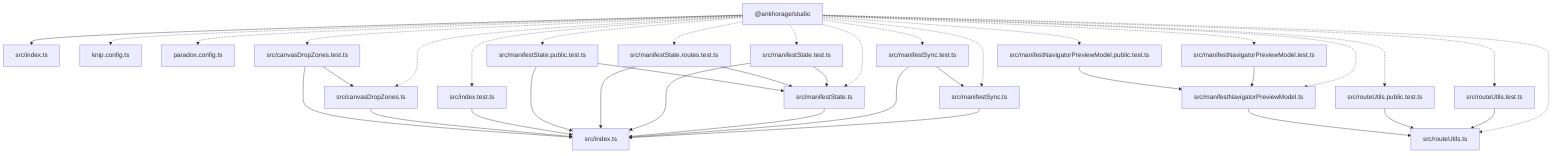
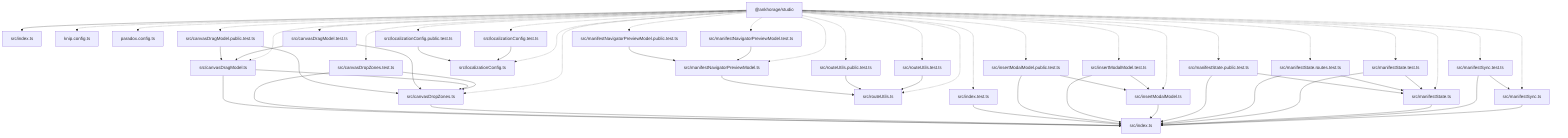
graph TD
  package__ankhorage_studio["@ankhorage/studio"]
  entrypoint_src_index_ts["src/index.ts"]
  package__ankhorage_studio --> entrypoint_src_index_ts
  module_knip_config_ts["knip.config.ts"]
  package__ankhorage_studio -.-> module_knip_config_ts
  module_paradox_config_ts["paradox.config.ts"]
  package__ankhorage_studio -.-> module_paradox_config_ts
+   module_src_canvasDragModel_public_test_ts["src/canvasDragModel.public.test.ts"]
+   package__ankhorage_studio -.-> module_src_canvasDragModel_public_test_ts
+   module_src_canvasDragModel_public_test_ts --> module_src_canvasDragModel_ts
+   module_src_canvasDragModel_public_test_ts --> module_src_canvasDropZones_ts
+   module_src_canvasDragModel_test_ts["src/canvasDragModel.test.ts"]
+   package__ankhorage_studio -.-> module_src_canvasDragModel_test_ts
+   module_src_canvasDragModel_test_ts --> module_src_canvasDragModel_ts
+   module_src_canvasDragModel_test_ts --> module_src_canvasDropZones_ts
+   module_src_canvasDragModel_ts["src/canvasDragModel.ts"]
+   package__ankhorage_studio -.-> module_src_canvasDragModel_ts
+   module_src_canvasDragModel_ts --> module_src_canvasDropZones_ts
+   module_src_canvasDragModel_ts --> module_src_index_ts
  module_src_canvasDropZones_test_ts["src/canvasDropZones.test.ts"]
  package__ankhorage_studio -.-> module_src_canvasDropZones_test_ts
  module_src_canvasDropZones_test_ts --> module_src_canvasDropZones_ts
  module_src_canvasDropZones_test_ts --> module_src_index_ts
  module_src_canvasDropZones_ts["src/canvasDropZones.ts"]
  package__ankhorage_studio -.-> module_src_canvasDropZones_ts
  module_src_canvasDropZones_ts --> module_src_index_ts
  module_src_index_test_ts["src/index.test.ts"]
  package__ankhorage_studio -.-> module_src_index_test_ts
  module_src_index_test_ts --> module_src_index_ts
  module_src_index_ts["src/index.ts"]
+   module_src_insertModalModel_public_test_ts["src/insertModalModel.public.test.ts"]
+   package__ankhorage_studio -.-> module_src_insertModalModel_public_test_ts
+   module_src_insertModalModel_public_test_ts --> module_src_index_ts
+   module_src_insertModalModel_public_test_ts --> module_src_insertModalModel_ts
+   module_src_insertModalModel_test_ts["src/insertModalModel.test.ts"]
+   package__ankhorage_studio -.-> module_src_insertModalModel_test_ts
+   module_src_insertModalModel_test_ts --> module_src_index_ts
+   module_src_insertModalModel_test_ts --> module_src_insertModalModel_ts
+   module_src_insertModalModel_ts["src/insertModalModel.ts"]
+   package__ankhorage_studio -.-> module_src_insertModalModel_ts
+   module_src_insertModalModel_ts --> module_src_index_ts
+   module_src_localizationConfig_public_test_ts["src/localizationConfig.public.test.ts"]
+   package__ankhorage_studio -.-> module_src_localizationConfig_public_test_ts
+   module_src_localizationConfig_public_test_ts --> module_src_localizationConfig_ts
+   module_src_localizationConfig_test_ts["src/localizationConfig.test.ts"]
+   package__ankhorage_studio -.-> module_src_localizationConfig_test_ts
+   module_src_localizationConfig_test_ts --> module_src_localizationConfig_ts
+   module_src_localizationConfig_ts["src/localizationConfig.ts"]
+   package__ankhorage_studio -.-> module_src_localizationConfig_ts
  module_src_manifestNavigatorPreviewModel_public_test_ts["src/manifestNavigatorPreviewModel.public.test.ts"]
  package__ankhorage_studio -.-> module_src_manifestNavigatorPreviewModel_public_test_ts
  module_src_manifestNavigatorPreviewModel_public_test_ts --> module_src_manifestNavigatorPreviewModel_ts
  module_src_manifestNavigatorPreviewModel_test_ts["src/manifestNavigatorPreviewModel.test.ts"]
  package__ankhorage_studio -.-> module_src_manifestNavigatorPreviewModel_test_ts
  module_src_manifestNavigatorPreviewModel_test_ts --> module_src_manifestNavigatorPreviewModel_ts
  module_src_manifestNavigatorPreviewModel_ts["src/manifestNavigatorPreviewModel.ts"]
  package__ankhorage_studio -.-> module_src_manifestNavigatorPreviewModel_ts
  module_src_manifestNavigatorPreviewModel_ts --> module_src_routeUtils_ts
  module_src_manifestState_public_test_ts["src/manifestState.public.test.ts"]
  package__ankhorage_studio -.-> module_src_manifestState_public_test_ts
  module_src_manifestState_public_test_ts --> module_src_index_ts
  module_src_manifestState_public_test_ts --> module_src_manifestState_ts
  module_src_manifestState_routes_test_ts["src/manifestState.routes.test.ts"]
  package__ankhorage_studio -.-> module_src_manifestState_routes_test_ts
  module_src_manifestState_routes_test_ts --> module_src_index_ts
  module_src_manifestState_routes_test_ts --> module_src_manifestState_ts
  module_src_manifestState_test_ts["src/manifestState.test.ts"]
  package__ankhorage_studio -.-> module_src_manifestState_test_ts
  module_src_manifestState_test_ts --> module_src_index_ts
  module_src_manifestState_test_ts --> module_src_manifestState_ts
  module_src_manifestState_ts["src/manifestState.ts"]
  package__ankhorage_studio -.-> module_src_manifestState_ts
  module_src_manifestState_ts --> module_src_index_ts
  module_src_manifestSync_test_ts["src/manifestSync.test.ts"]
  package__ankhorage_studio -.-> module_src_manifestSync_test_ts
  module_src_manifestSync_test_ts --> module_src_index_ts
  module_src_manifestSync_test_ts --> module_src_manifestSync_ts
  module_src_manifestSync_ts["src/manifestSync.ts"]
  package__ankhorage_studio -.-> module_src_manifestSync_ts
  module_src_manifestSync_ts --> module_src_index_ts
  module_src_routeUtils_public_test_ts["src/routeUtils.public.test.ts"]
  package__ankhorage_studio -.-> module_src_routeUtils_public_test_ts
  module_src_routeUtils_public_test_ts --> module_src_routeUtils_ts
  module_src_routeUtils_test_ts["src/routeUtils.test.ts"]
  package__ankhorage_studio -.-> module_src_routeUtils_test_ts
  module_src_routeUtils_test_ts --> module_src_routeUtils_ts
  module_src_routeUtils_ts["src/routeUtils.ts"]
  package__ankhorage_studio -.-> module_src_routeUtils_ts
